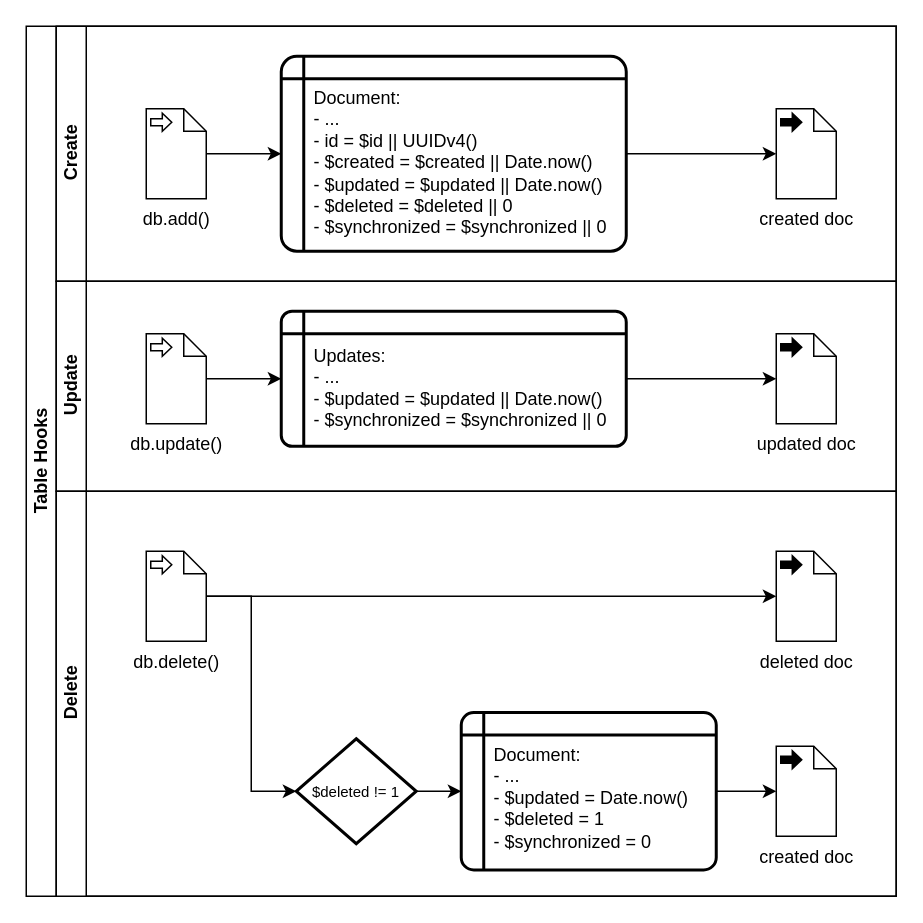
scriptPilot/dexie-mysql-sync keeps this draw.io diagram as flowchart-hooks.drawio. Above is the earlier version. Source tidied: cells renumbered, new cells numbered last; positions are measured from the earlier drawing's top-left corner, leaving out a move shared by most shapes. Both pictures are drawn from the tidied source at 150%, with x=0, y=0 at pixel (26, 26).
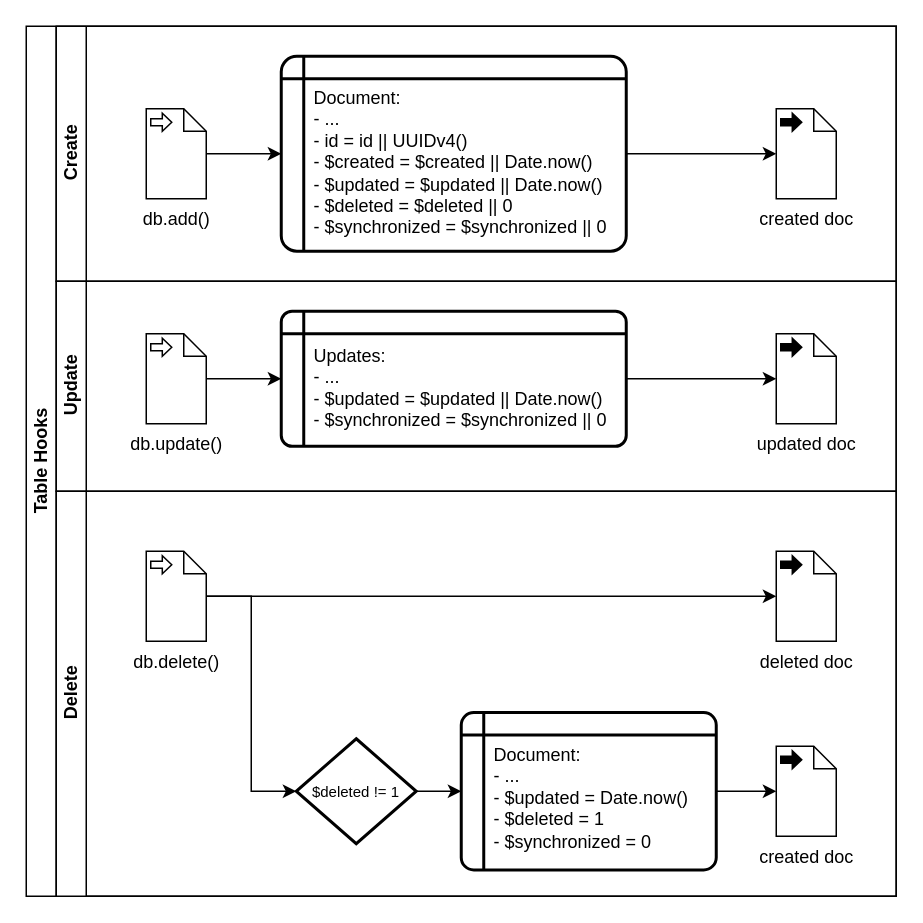
The same page after the edit.

The change refers to these unchanged cells:
```xml
<mxCell id="3" value="Create" style="swimlane;html=1;startSize=20;horizontal=0;" parent="2" vertex="1">
  <mxGeometry x="20" width="560" height="170" as="geometry" />
</mxCell>
```

The edit, as a diff of the source:
```diff
@@
-    <mxCell id="7" value="Document:&lt;br&gt;- ...&lt;br&gt;- id = $id || UUIDv4()&lt;br&gt;- $created = $created || Date.now()&lt;br&gt;- $updated = $updated || Date.now()&lt;br&gt;- $deleted = $deleted || 0&lt;br&gt;- $synchronized = $synchronized || 0" style="shape=internalStorage;whiteSpace=wrap;html=1;dx=15;dy=15;rounded=1;arcSize=8;strokeWidth=2;spacing=0;verticalAlign=top;spacingTop=16;align=left;spacingLeft=22;" parent="3" vertex="1">
+    <mxCell id="7" value="Document:&lt;br&gt;- ...&lt;br&gt;- id = id || UUIDv4()&lt;br&gt;- $created = $created || Date.now()&lt;br&gt;- $updated = $updated || Date.now()&lt;br&gt;- $deleted = $deleted || 0&lt;br&gt;- $synchronized = $synchronized || 0" style="shape=internalStorage;whiteSpace=wrap;html=1;dx=15;dy=15;rounded=1;arcSize=8;strokeWidth=2;spacing=0;verticalAlign=top;spacingTop=16;align=left;spacingLeft=22;" parent="3" vertex="1">
       <mxGeometry x="150" y="20" width="230" height="130" as="geometry" />
     </mxCell>
```
